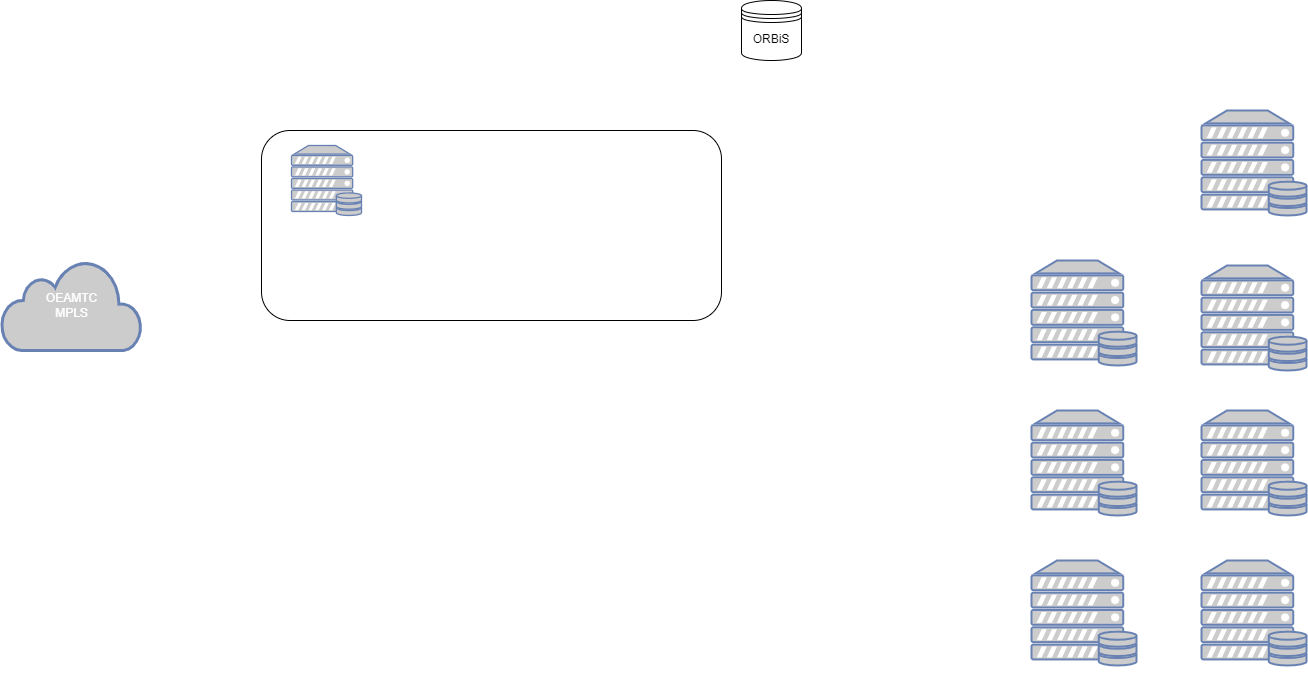
Above: Drawio_Charts/ft_nagvis.drawio.png in FILXxL/work_scripts (draw.io), before the change. Source tidied: cells renumbered, new cells last; positions are measured from the earlier drawing's top-left corner, leaving out a move shared by most shapes.
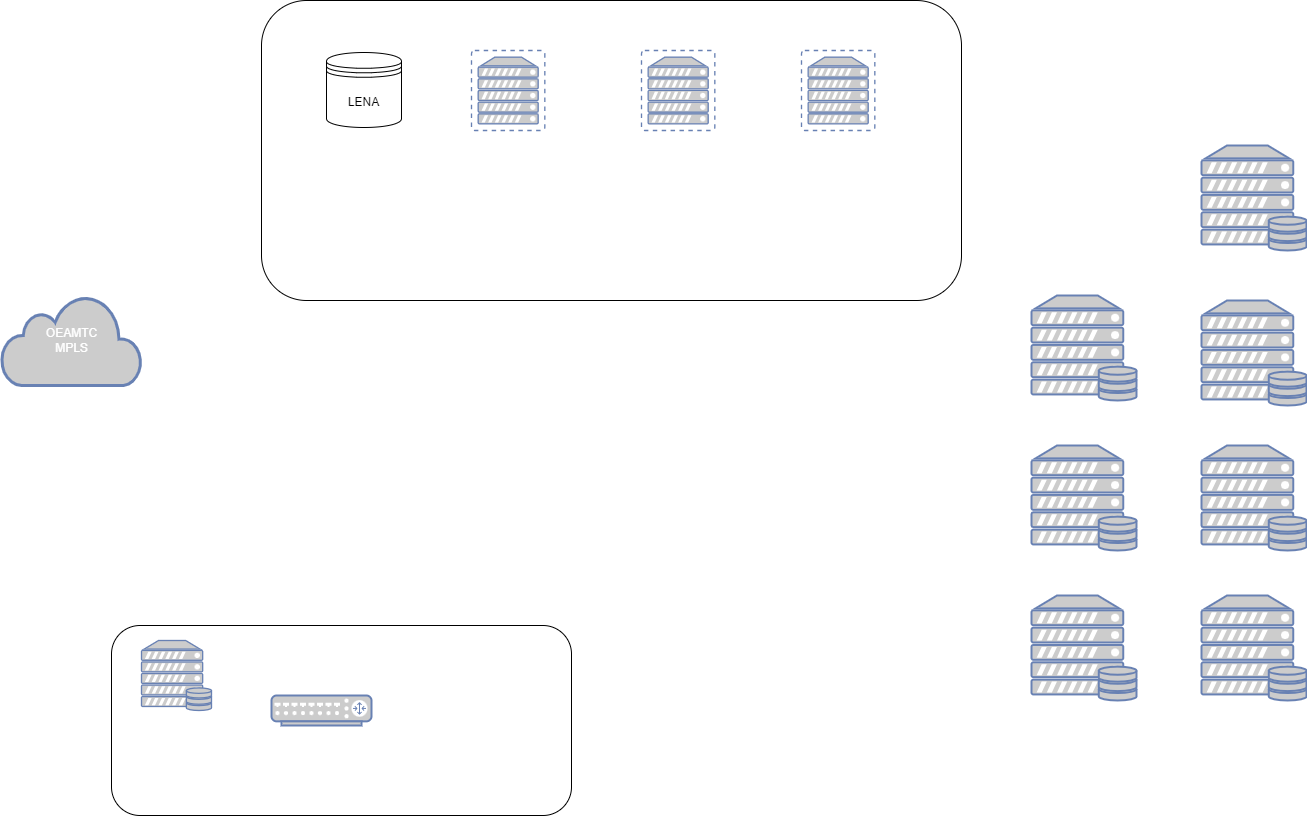
After the commit.

Commit message:
add orbis to nagvis map

The edit, as a diff of the source:
```diff
@@ -2,17 +2,20 @@
   <root>
     <mxCell id="0" />
     <mxCell id="1" parent="0" />
+    <mxCell id="13" value="&lt;span style=&quot;background-color: initial; font-size: 20px;&quot;&gt;ORBiS&lt;/span&gt;" style="rounded=1;whiteSpace=wrap;html=1;fontColor=#ffffff;align=center;spacingBottom=230;fontSize=20;" parent="1" vertex="1">
+      <mxGeometry x="260" y="-35" width="700" height="300" as="geometry" />
+    </mxCell>
     <mxCell id="2" value="&lt;span style=&quot;background-color: initial; font-size: 20px;&quot;&gt;TDF&lt;/span&gt;" style="rounded=1;whiteSpace=wrap;html=1;fontColor=#ffffff;align=center;spacingBottom=140;fontSize=20;" parent="1" vertex="1">
-      <mxGeometry x="260" y="130" width="460" height="190" as="geometry" />
+      <mxGeometry x="110" y="590" width="460" height="190" as="geometry" />
     </mxCell>
-    <mxCell id="3" value="ORBiS" style="shape=datastore;whiteSpace=wrap;html=1;" parent="1" vertex="1">
-      <mxGeometry x="740" width="60" height="60" as="geometry" />
+    <mxCell id="3" value="LENA" style="shape=datastore;whiteSpace=wrap;html=1;" parent="1" vertex="1">
+      <mxGeometry x="325" y="17" width="75" height="75" as="geometry" />
     </mxCell>
     <mxCell id="4" value="OEAMTC&lt;br&gt;MPLS" style="html=1;fillColor=#CCCCCC;strokeColor=#6881B3;gradientColor=none;gradientDirection=north;strokeWidth=2;shape=mxgraph.networks.cloud;fontColor=#ffffff;" parent="1" vertex="1">
       <mxGeometry y="260" width="140" height="90" as="geometry" />
     </mxCell>
     <mxCell id="5" value="&lt;font color=&quot;#ffffff&quot;&gt;N3000&lt;/font&gt;" style="fontColor=#0066CC;verticalAlign=top;verticalLabelPosition=bottom;labelPosition=center;align=center;html=1;fillColor=#CCCCCC;strokeColor=#6881B3;gradientColor=none;gradientDirection=north;strokeWidth=2;shape=mxgraph.networks.server_storage;" parent="1" vertex="1">
-      <mxGeometry x="290" y="145" width="70" height="70" as="geometry" />
+      <mxGeometry x="140" y="605" width="70" height="70" as="geometry" />
     </mxCell>
     <mxCell id="6" value="&lt;font color=&quot;#ffffff&quot;&gt;N3110&lt;br&gt;&lt;/font&gt;" style="fontColor=#0066CC;verticalAlign=top;verticalLabelPosition=bottom;labelPosition=center;align=center;html=1;fillColor=#CCCCCC;strokeColor=#6881B3;gradientColor=none;gradientDirection=north;strokeWidth=2;shape=mxgraph.networks.server_storage;" parent="1" vertex="1">
       <mxGeometry x="1030" y="260" width="105" height="105" as="geometry" />
@@ -35,5 +38,17 @@
     <mxCell id="12" value="&lt;font color=&quot;#ffffff&quot;&gt;N3190&lt;/font&gt;" style="fontColor=#0066CC;verticalAlign=top;verticalLabelPosition=bottom;labelPosition=center;align=center;html=1;fillColor=#CCCCCC;strokeColor=#6881B3;gradientColor=none;gradientDirection=north;strokeWidth=2;shape=mxgraph.networks.server_storage;" parent="1" vertex="1">
       <mxGeometry x="1200" y="560" width="105" height="105" as="geometry" />
     </mxCell>
+    <mxCell id="14" value="&lt;font color=&quot;#ffffff&quot;&gt;WX19V-ORBIS-P1&lt;/font&gt;" style="fontColor=#0066CC;verticalAlign=top;verticalLabelPosition=bottom;labelPosition=center;align=center;html=1;fillColor=#CCCCCC;strokeColor=#6881B3;gradientColor=none;gradientDirection=north;strokeWidth=2;shape=mxgraph.networks.virtual_server;" parent="1" vertex="1">
+      <mxGeometry x="470" y="15" width="73.3" height="80" as="geometry" />
+    </mxCell>
+    <mxCell id="15" value="&lt;font color=&quot;#ffffff&quot;&gt;WX19V-ORBIS-P2&lt;/font&gt;" style="fontColor=#0066CC;verticalAlign=top;verticalLabelPosition=bottom;labelPosition=center;align=center;html=1;fillColor=#CCCCCC;strokeColor=#6881B3;gradientColor=none;gradientDirection=north;strokeWidth=2;shape=mxgraph.networks.virtual_server;" parent="1" vertex="1">
+      <mxGeometry x="640" y="15" width="73.3" height="80" as="geometry" />
+    </mxCell>
+    <mxCell id="16" value="&lt;font color=&quot;#ffffff&quot;&gt;WX19V-ORBIS-P3&lt;/font&gt;" style="fontColor=#0066CC;verticalAlign=top;verticalLabelPosition=bottom;labelPosition=center;align=center;html=1;fillColor=#CCCCCC;strokeColor=#6881B3;gradientColor=none;gradientDirection=north;strokeWidth=2;shape=mxgraph.networks.virtual_server;" parent="1" vertex="1">
+      <mxGeometry x="800" y="15" width="73.3" height="80" as="geometry" />
+    </mxCell>
+    <mxCell id="17" value="&lt;font color=&quot;#ffffff&quot;&gt;S3100rt01&lt;/font&gt;" style="fontColor=#0066CC;verticalAlign=top;verticalLabelPosition=bottom;labelPosition=center;align=center;html=1;fillColor=#CCCCCC;strokeColor=#6881B3;gradientColor=none;gradientDirection=north;strokeWidth=2;shape=mxgraph.networks.router;" parent="1" vertex="1">
+      <mxGeometry x="270" y="660" width="100" height="30" as="geometry" />
+    </mxCell>
   </root>
 </mxGraphModel>
```
